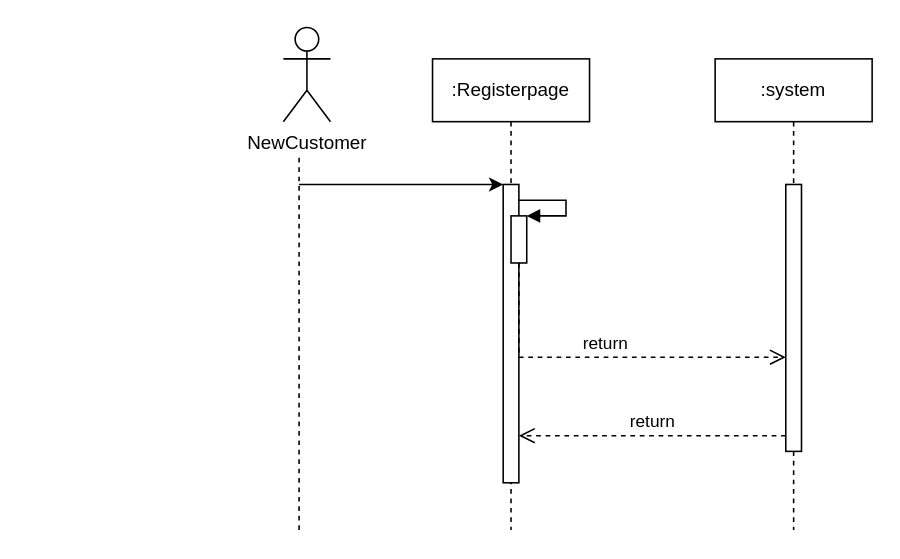
Yaya25aom/bookhotel keeps this draw.io diagram as se.drawio. Above is the earlier version. Source tidied: cells renumbered, new cells numbered last; positions are measured from the earlier drawing's top-left corner, leaving out a move shared by most shapes. Both pictures are drawn from the tidied source at 157%, with x=0, y=0 at pixel (283, 27).
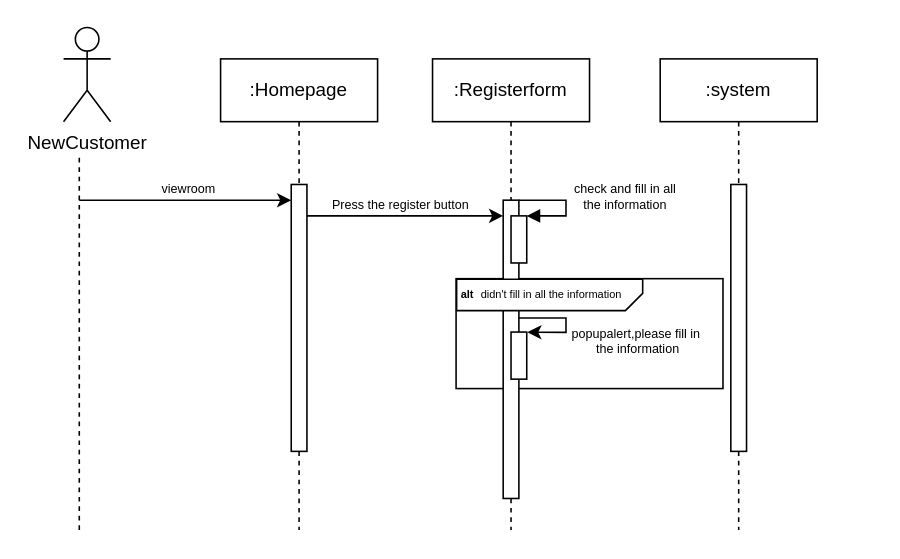
The same diagram, later.

The change refers to these unchanged cells:
```xml
<mxCell id="4" style="html=1;points=[];perimeter=orthogonalPerimeter;outlineConnect=0;targetShapes=umlLifeline;portConstraint=eastwest;newEdgeStyle={&quot;edgeStyle&quot;:&quot;elbowEdgeStyle&quot;,&quot;elbow&quot;:&quot;vertical&quot;,&quot;curved&quot;:0,&quot;rounded&quot;:0};" parent="2" vertex="1">
  <mxGeometry x="50" y="100" width="10" height="30" as="geometry" />
</mxCell>
<mxCell id="7" style="html=1;points=[];perimeter=orthogonalPerimeter;outlineConnect=0;targetShapes=umlLifeline;portConstraint=eastwest;newEdgeStyle={&quot;edgeStyle&quot;:&quot;elbowEdgeStyle&quot;,&quot;elbow&quot;:&quot;vertical&quot;,&quot;curved&quot;:0,&quot;rounded&quot;:0};" parent="6" vertex="1">
  <mxGeometry x="45" y="80" width="10" height="170" as="geometry" />
</mxCell>
```

Change to the diagram source:
```diff
@@
+    <mxCell id="13" style="rounded=0;whiteSpace=wrap;html=1;" parent="1" vertex="1">
+      <mxGeometry x="110" y="160" width="170" height="70" as="geometry" />
+    </mxCell>
-    <mxCell id="2" value=":Registerpage" style="shape=umlLifeline;perimeter=lifelinePerimeter;whiteSpace=wrap;html=1;newEdgeStyle={&quot;edgeStyle&quot;:&quot;elbowEdgeStyle&quot;,&quot;elbow&quot;:&quot;vertical&quot;,&quot;curved&quot;:0,&quot;rounded&quot;:0};" parent="1" vertex="1">
+    <mxCell id="2" value=":Registerform" style="shape=umlLifeline;perimeter=lifelinePerimeter;whiteSpace=wrap;html=1;newEdgeStyle={&quot;edgeStyle&quot;:&quot;elbowEdgeStyle&quot;,&quot;elbow&quot;:&quot;vertical&quot;,&quot;curved&quot;:0,&quot;rounded&quot;:0};" parent="1" vertex="1">
       <mxGeometry x="95" y="20" width="100" height="300" as="geometry" />
     </mxCell>
     <mxCell id="3" style="html=1;points=[];perimeter=orthogonalPerimeter;outlineConnect=0;targetShapes=umlLifeline;portConstraint=eastwest;newEdgeStyle={&quot;edgeStyle&quot;:&quot;elbowEdgeStyle&quot;,&quot;elbow&quot;:&quot;vertical&quot;,&quot;curved&quot;:0,&quot;rounded&quot;:0};" parent="2" vertex="1">
-      <mxGeometry x="45" y="80" width="10" height="190" as="geometry" />
+      <mxGeometry x="45" y="90" width="10" height="190" as="geometry" />
     </mxCell>
@@
     <mxCell id="6" value=":system" style="shape=umlLifeline;perimeter=lifelinePerimeter;whiteSpace=wrap;html=1;newEdgeStyle={&quot;edgeStyle&quot;:&quot;elbowEdgeStyle&quot;,&quot;elbow&quot;:&quot;vertical&quot;,&quot;curved&quot;:0,&quot;rounded&quot;:0};" parent="1" vertex="1">
-      <mxGeometry x="275" y="20" width="100" height="300" as="geometry" />
+      <mxGeometry x="240" y="20" width="100" height="300" as="geometry" />
     </mxCell>
@@
-    <mxCell id="8" value="return" style="html=1;verticalAlign=bottom;endArrow=open;dashed=1;endSize=8;edgeStyle=elbowEdgeStyle;elbow=vertical;curved=0;rounded=0;" parent="1" edge="1" source="7" target="3">
-      <mxGeometry relative="1" as="geometry">
-        <Array as="points">
-          <mxPoint x="245" y="260" />
-        </Array>
-      </mxGeometry>
-    </mxCell>
-    <mxCell id="9" value="return" style="html=1;verticalAlign=bottom;endArrow=open;dashed=1;endSize=8;edgeStyle=elbowEdgeStyle;elbow=vertical;curved=0;rounded=0;" parent="1" edge="1" source="4" target="7">
-      <mxGeometry relative="1" as="geometry">
-        <Array as="points">
-          <mxPoint x="235" y="210" />
-        </Array>
-      </mxGeometry>
-    </mxCell>
     <mxCell id="10" value="NewCustomer" style="shape=umlActor;verticalLabelPosition=bottom;verticalAlign=top;html=1;" parent="1" vertex="1">
-      <mxGeometry width="30" height="60" as="geometry" />
+      <mxGeometry x="-140" width="30" height="60" as="geometry" />
     </mxCell>
     <mxCell id="11" style="endArrow=none;html=1;rounded=0;dashed=1;" parent="1" edge="1">
       <mxGeometry relative="1" as="geometry">
-        <mxPoint x="10" y="320" as="sourcePoint" />
-        <mxPoint x="10" y="80" as="targetPoint" />
+        <mxPoint x="-130" y="320" as="sourcePoint" />
+        <mxPoint x="-130" y="80" as="targetPoint" />
       </mxGeometry>
     </mxCell>
     <mxCell id="12" style="endArrow=classic;html=1;rounded=0;" parent="1" edge="1" target="3">
       <mxGeometry relative="1" as="geometry">
-        <mxPoint x="10" y="100" as="sourcePoint" />
+        <mxPoint x="10" y="120" as="sourcePoint" />
       </mxGeometry>
     </mxCell>
+    <mxCell id="14" value="Press the register button" style="text;align=center;verticalAlign=middle;strokeColor=none;fillColor=none;fontSize=8;" parent="1" vertex="1">
+      <mxGeometry x="10" y="98" width="130" height="30" as="geometry" />
+    </mxCell>
+    <mxCell id="15" value="check and fill in all &#10;the information" style="text;align=center;verticalAlign=middle;strokeColor=none;fillColor=none;fontSize=8;" parent="1" vertex="1">
+      <mxGeometry x="168" y="88" width="100" height="40" as="geometry" />
+    </mxCell>
+    <mxCell id="16" value=":Homepage" style="shape=umlLifeline;perimeter=lifelinePerimeter;whiteSpace=wrap;html=1;newEdgeStyle={&quot;edgeStyle&quot;:&quot;elbowEdgeStyle&quot;,&quot;elbow&quot;:&quot;vertical&quot;,&quot;curved&quot;:0,&quot;rounded&quot;:0};" parent="1" vertex="1">
+      <mxGeometry x="-40" y="20" width="100" height="300" as="geometry" />
+    </mxCell>
+    <mxCell id="17" style="html=1;points=[];perimeter=orthogonalPerimeter;outlineConnect=0;targetShapes=umlLifeline;portConstraint=eastwest;newEdgeStyle={&quot;edgeStyle&quot;:&quot;elbowEdgeStyle&quot;,&quot;elbow&quot;:&quot;vertical&quot;,&quot;curved&quot;:0,&quot;rounded&quot;:0};" parent="16" vertex="1">
+      <mxGeometry x="45" y="80" width="10" height="170" as="geometry" />
+    </mxCell>
+    <mxCell id="18" style="endArrow=classic;html=1;rounded=0;" parent="1" edge="1" target="17">
+      <mxGeometry relative="1" as="geometry">
+        <mxPoint x="-130" y="110" as="sourcePoint" />
+      </mxGeometry>
+    </mxCell>
+    <mxCell id="19" value="viewroom" style="text;align=center;verticalAlign=middle;strokeColor=none;fillColor=none;fontSize=8;" parent="1" vertex="1">
+      <mxGeometry x="-95" y="88" width="70" height="30" as="geometry" />
+    </mxCell>
+    <mxCell id="20" style="shape=card;whiteSpace=wrap;html=1;direction=east;rotation=90;flipV=0;flipH=1;size=11;" parent="1" vertex="1">
+      <mxGeometry x="159.6" y="111.1" width="20" height="118.5" as="geometry" />
+    </mxCell>
+    <mxCell id="21" value=" didn't fill in all the information" style="text;strokeColor=none;fillColor=none;align=center;verticalAlign=middle;rounded=0;fontSize=7;" parent="1" vertex="1">
+      <mxGeometry x="140" y="155" width="60" height="30" as="geometry" />
+    </mxCell>
+    <mxCell id="22" value="alt" style="text;strokeColor=none;fillColor=none;align=center;verticalAlign=middle;rounded=0;fontStyle=1;fontSize=7;" parent="1" vertex="1">
+      <mxGeometry x="110" y="162.5" width="15" height="15" as="geometry" />
+    </mxCell>
+    <mxCell id="23" style="html=1;points=[];perimeter=orthogonalPerimeter;outlineConnect=0;targetShapes=umlLifeline;portConstraint=eastwest;newEdgeStyle={&quot;edgeStyle&quot;:&quot;elbowEdgeStyle&quot;,&quot;elbow&quot;:&quot;vertical&quot;,&quot;curved&quot;:0,&quot;rounded&quot;:0};" parent="1" vertex="1">
+      <mxGeometry x="145" y="194" width="10" height="30" as="geometry" />
+    </mxCell>
+    <mxCell id="24" style="endArrow=classic;html=1;rounded=0;edgeStyle=orthogonalEdgeStyle;entryX=1.034;entryY=0.005;entryDx=0;entryDy=0;entryPerimeter=0;" parent="1" edge="1" target="23">
+      <mxGeometry relative="1" as="geometry">
+        <mxPoint x="150" y="185" as="sourcePoint" />
+        <Array as="points">
+          <mxPoint x="180" y="185" />
+          <mxPoint x="180" y="194" />
+        </Array>
+      </mxGeometry>
+    </mxCell>
+    <mxCell id="25" value="popupalert,please fill in&#10; the information" style="text;strokeColor=none;fillColor=none;align=center;verticalAlign=middle;rounded=0;fontSize=8;" parent="1" vertex="1">
+      <mxGeometry x="195" y="185" width="60" height="30" as="geometry" />
+    </mxCell>
```
